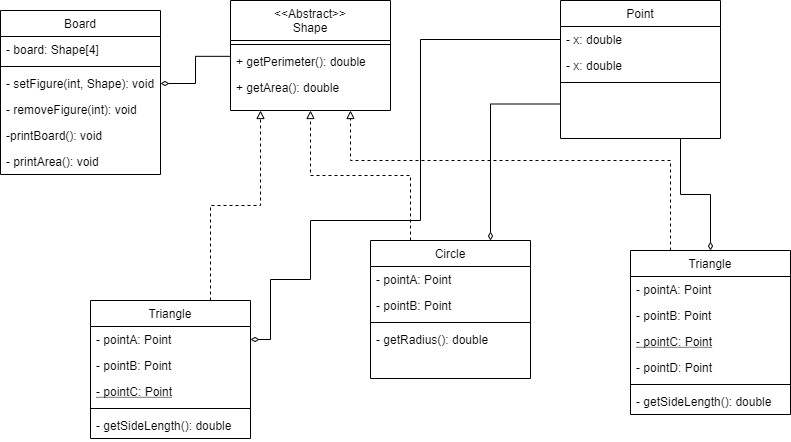
Above: UML_lesson2.png in eugenemodlo/prog.kiev.ua.lesson2 (draw.io), before the change. Source tidied: cells renumbered, new cells last; positions are measured from the earlier drawing's top-left corner, leaving out a move shared by most shapes. The source it was exported from:
```xml
<mxGraphModel>
  <root>
    <mxCell id="0" />
    <mxCell id="1" parent="0" />
    <mxCell id="2" style="edgeStyle=orthogonalEdgeStyle;rounded=0;jettySize=auto;html=1;exitX=0.75;exitY=0;exitDx=0;exitDy=0;endArrow=block;endFill=0;dashed=1;" parent="1" edge="1" source="3">
      <mxGeometry relative="1" as="geometry">
        <mxPoint x="260" y="110" as="targetPoint" />
      </mxGeometry>
    </mxCell>
    <mxCell id="3" value="Triangle" style="swimlane;fontStyle=0;align=center;verticalAlign=top;horizontal=1;startSize=26;rounded=0;shadow=0;strokeWidth=1;" parent="1" vertex="1">
      <mxGeometry x="90" y="300" width="160" height="138" as="geometry" />
    </mxCell>
    <mxCell id="4" value="- pointA: Point" style="text;align=left;verticalAlign=top;spacingLeft=4;spacingRight=4;overflow=hidden;points=[[0,0.5],[1,0.5]];portConstraint=eastwest;" parent="3" vertex="1">
      <mxGeometry y="26" width="160" height="26" as="geometry" />
    </mxCell>
    <mxCell id="5" value="- pointB: Point&#10;" style="text;align=left;verticalAlign=top;spacingLeft=4;spacingRight=4;overflow=hidden;rounded=0;shadow=0;html=0;" parent="3" vertex="1">
      <mxGeometry y="52" width="160" height="26" as="geometry" />
    </mxCell>
    <mxCell id="6" value="- pointC: Point" style="text;align=left;verticalAlign=top;spacingLeft=4;spacingRight=4;overflow=hidden;fontStyle=4;" parent="3" vertex="1">
      <mxGeometry y="78" width="160" height="26" as="geometry" />
    </mxCell>
    <mxCell id="7" style="line;html=1;strokeWidth=1;align=left;verticalAlign=middle;spacingTop=-1;spacingLeft=3;spacingRight=3;labelPosition=right;" parent="3" vertex="1">
      <mxGeometry y="104" width="160" height="8" as="geometry" />
    </mxCell>
    <mxCell id="8" value="- getSideLength(): double" style="text;align=left;verticalAlign=top;spacingLeft=4;spacingRight=4;overflow=hidden;" parent="3" vertex="1">
      <mxGeometry y="112" width="160" height="26" as="geometry" />
    </mxCell>
    <mxCell id="9" value="&lt;&lt;Abstract&gt;&gt;&#10;Shape" style="swimlane;fontStyle=0;align=center;verticalAlign=top;horizontal=1;startSize=40;rounded=0;shadow=0;strokeWidth=1;" parent="1" vertex="1">
      <mxGeometry x="230" width="160" height="110" as="geometry" />
    </mxCell>
    <mxCell id="10" style="line;html=1;strokeWidth=1;align=left;verticalAlign=middle;spacingTop=-1;spacingLeft=3;spacingRight=3;labelPosition=right;" parent="9" vertex="1">
      <mxGeometry y="40" width="160" height="8" as="geometry" />
    </mxCell>
    <mxCell id="11" value="+ getPerimeter(): double" style="text;align=left;verticalAlign=top;spacingLeft=4;spacingRight=4;overflow=hidden;points=[[0,0.5],[1,0.5]];portConstraint=eastwest;fontStyle=0;" parent="9" vertex="1">
      <mxGeometry y="48" width="160" height="26" as="geometry" />
    </mxCell>
    <mxCell id="12" value="+ getArea(): double" style="text;align=left;verticalAlign=top;spacingLeft=4;spacingRight=4;overflow=hidden;" parent="9" vertex="1">
      <mxGeometry y="74" width="160" height="26" as="geometry" />
    </mxCell>
    <mxCell id="13" value="Point" style="swimlane;fontStyle=0;align=center;verticalAlign=top;horizontal=1;startSize=26;rounded=0;shadow=0;strokeWidth=1;" parent="1" vertex="1">
      <mxGeometry x="560" width="160" height="138" as="geometry" />
    </mxCell>
    <mxCell id="14" value="- x: double" style="text;align=left;verticalAlign=top;spacingLeft=4;spacingRight=4;overflow=hidden;points=[[0,0.5],[1,0.5]];portConstraint=eastwest;" parent="13" vertex="1">
      <mxGeometry y="26" width="160" height="26" as="geometry" />
    </mxCell>
    <mxCell id="15" value="- x: double" style="text;align=left;verticalAlign=top;spacingLeft=4;spacingRight=4;overflow=hidden;rounded=0;shadow=0;html=0;" parent="13" vertex="1">
      <mxGeometry y="52" width="160" height="26" as="geometry" />
    </mxCell>
    <mxCell id="16" style="line;html=1;strokeWidth=1;align=left;verticalAlign=middle;spacingTop=-1;spacingLeft=3;spacingRight=3;labelPosition=right;" parent="13" vertex="1">
      <mxGeometry y="78" width="160" height="8" as="geometry" />
    </mxCell>
    <mxCell id="17" style="edgeStyle=orthogonalEdgeStyle;rounded=0;jettySize=auto;html=1;exitX=0.25;exitY=0;exitDx=0;exitDy=0;entryX=0.5;entryY=1;entryDx=0;entryDy=0;endArrow=block;endFill=0;dashed=1;" parent="1" edge="1" source="19" target="9">
      <mxGeometry relative="1" as="geometry" />
    </mxCell>
    <mxCell id="18" style="edgeStyle=orthogonalEdgeStyle;rounded=0;jettySize=auto;html=1;exitX=0.75;exitY=0;exitDx=0;exitDy=0;entryX=0;entryY=0.75;entryDx=0;entryDy=0;startArrow=diamondThin;startFill=0;endArrow=none;endFill=0;endSize=0;targetPerimeterSpacing=0;strokeWidth=1;" parent="1" edge="1" source="19" target="13">
      <mxGeometry relative="1" as="geometry" />
    </mxCell>
    <mxCell id="19" value="Circle" style="swimlane;fontStyle=0;align=center;verticalAlign=top;horizontal=1;startSize=26;rounded=0;shadow=0;strokeWidth=1;" parent="1" vertex="1">
      <mxGeometry x="370" y="240" width="160" height="138" as="geometry" />
    </mxCell>
    <mxCell id="20" value="- pointA: Point" style="text;align=left;verticalAlign=top;spacingLeft=4;spacingRight=4;overflow=hidden;" parent="19" vertex="1">
      <mxGeometry y="26" width="160" height="26" as="geometry" />
    </mxCell>
    <mxCell id="21" value="- pointB: Point&#10;" style="text;align=left;verticalAlign=top;spacingLeft=4;spacingRight=4;overflow=hidden;rounded=0;shadow=0;html=0;" parent="19" vertex="1">
      <mxGeometry y="52" width="160" height="26" as="geometry" />
    </mxCell>
    <mxCell id="22" style="line;html=1;strokeWidth=1;align=left;verticalAlign=middle;spacingTop=-1;spacingLeft=3;spacingRight=3;labelPosition=right;" parent="19" vertex="1">
      <mxGeometry y="78" width="160" height="8" as="geometry" />
    </mxCell>
    <mxCell id="23" value="- getRadius(): double" style="text;align=left;verticalAlign=top;spacingLeft=4;spacingRight=4;overflow=hidden;" parent="19" vertex="1">
      <mxGeometry y="86" width="160" height="26" as="geometry" />
    </mxCell>
    <mxCell id="24" style="edgeStyle=orthogonalEdgeStyle;rounded=0;jettySize=auto;html=1;exitX=0.25;exitY=0;exitDx=0;exitDy=0;entryX=0.75;entryY=1;entryDx=0;entryDy=0;endArrow=block;endFill=0;dashed=1;" parent="1" edge="1" source="26" target="9">
      <mxGeometry relative="1" as="geometry">
        <Array as="points">
          <mxPoint x="670" y="160" />
          <mxPoint x="350" y="160" />
        </Array>
      </mxGeometry>
    </mxCell>
    <mxCell id="25" style="edgeStyle=orthogonalEdgeStyle;rounded=0;jettySize=auto;html=1;exitX=0.5;exitY=0;exitDx=0;exitDy=0;entryX=0.75;entryY=1;entryDx=0;entryDy=0;endArrow=none;endFill=0;startArrow=diamondThin;startFill=0;strokeWidth=1;targetPerimeterSpacing=0;endSize=0;" parent="1" edge="1" source="26" target="13">
      <mxGeometry relative="1" as="geometry" />
    </mxCell>
    <mxCell id="26" value="Triangle" style="swimlane;fontStyle=0;align=center;verticalAlign=top;horizontal=1;startSize=26;rounded=0;shadow=0;strokeWidth=1;" parent="1" vertex="1">
      <mxGeometry x="630" y="250" width="160" height="164" as="geometry" />
    </mxCell>
    <mxCell id="27" value="- pointA: Point" style="text;align=left;verticalAlign=top;spacingLeft=4;spacingRight=4;overflow=hidden;" parent="26" vertex="1">
      <mxGeometry y="26" width="160" height="26" as="geometry" />
    </mxCell>
    <mxCell id="28" value="- pointB: Point&#10;" style="text;align=left;verticalAlign=top;spacingLeft=4;spacingRight=4;overflow=hidden;rounded=0;shadow=0;html=0;" parent="26" vertex="1">
      <mxGeometry y="52" width="160" height="26" as="geometry" />
    </mxCell>
    <mxCell id="29" value="- pointC: Point" style="text;align=left;verticalAlign=top;spacingLeft=4;spacingRight=4;overflow=hidden;fontStyle=4;" parent="26" vertex="1">
      <mxGeometry y="78" width="160" height="26" as="geometry" />
    </mxCell>
    <mxCell id="30" value="- pointD: Point" style="text;align=left;verticalAlign=top;spacingLeft=4;spacingRight=4;overflow=hidden;" parent="26" vertex="1">
      <mxGeometry y="104" width="160" height="26" as="geometry" />
    </mxCell>
    <mxCell id="31" style="line;html=1;strokeWidth=1;align=left;verticalAlign=middle;spacingTop=-1;spacingLeft=3;spacingRight=3;labelPosition=right;" parent="26" vertex="1">
      <mxGeometry y="130" width="160" height="8" as="geometry" />
    </mxCell>
    <mxCell id="32" value="- getSideLength(): double" style="text;align=left;verticalAlign=top;spacingLeft=4;spacingRight=4;overflow=hidden;" parent="26" vertex="1">
      <mxGeometry y="138" width="160" height="26" as="geometry" />
    </mxCell>
    <mxCell id="33" style="edgeStyle=orthogonalEdgeStyle;rounded=0;jettySize=auto;html=1;exitX=1;exitY=0.5;exitDx=0;exitDy=0;startArrow=diamondThin;startFill=0;endArrow=none;endFill=0;endSize=0;targetPerimeterSpacing=0;strokeWidth=1;" parent="1" edge="1" source="4" target="14">
      <mxGeometry relative="1" as="geometry">
        <Array as="points">
          <mxPoint x="270" y="339" />
          <mxPoint x="270" y="279" />
          <mxPoint x="310" y="279" />
          <mxPoint x="310" y="220" />
          <mxPoint x="420" y="220" />
          <mxPoint x="420" y="39" />
        </Array>
      </mxGeometry>
    </mxCell>
    <mxCell id="34" value="Board" style="swimlane;fontStyle=0;align=center;verticalAlign=top;horizontal=1;startSize=26;rounded=0;shadow=0;strokeWidth=1;" parent="1" vertex="1">
      <mxGeometry y="10" width="160" height="164" as="geometry" />
    </mxCell>
    <mxCell id="35" value="- board: Shape[4]" style="text;align=left;verticalAlign=top;spacingLeft=4;spacingRight=4;overflow=hidden;" parent="34" vertex="1">
      <mxGeometry y="26" width="160" height="26" as="geometry" />
    </mxCell>
    <mxCell id="36" style="line;html=1;strokeWidth=1;align=left;verticalAlign=middle;spacingTop=-1;spacingLeft=3;spacingRight=3;labelPosition=right;" parent="34" vertex="1">
      <mxGeometry y="52" width="160" height="8" as="geometry" />
    </mxCell>
    <mxCell id="37" value="- setFigure(int, Shape): void&#10;" style="text;align=left;verticalAlign=top;spacingLeft=4;spacingRight=4;overflow=hidden;points=[[0,0.5],[1,0.5]];portConstraint=eastwest;rounded=0;shadow=0;html=0;" parent="34" vertex="1">
      <mxGeometry y="60" width="160" height="26" as="geometry" />
    </mxCell>
    <mxCell id="38" value="- removeFigure(int): void&#10;" style="text;align=left;verticalAlign=top;spacingLeft=4;spacingRight=4;overflow=hidden;" parent="34" vertex="1">
      <mxGeometry y="86" width="160" height="26" as="geometry" />
    </mxCell>
    <mxCell id="39" value="-printBoard(): void&#10;" style="text;align=left;verticalAlign=top;spacingLeft=4;spacingRight=4;overflow=hidden;" parent="34" vertex="1">
      <mxGeometry y="112" width="160" height="26" as="geometry" />
    </mxCell>
    <mxCell id="40" value="- printArea(): void" style="text;align=left;verticalAlign=top;spacingLeft=4;spacingRight=4;overflow=hidden;" parent="34" vertex="1">
      <mxGeometry y="138" width="160" height="26" as="geometry" />
    </mxCell>
    <mxCell id="41" style="edgeStyle=orthogonalEdgeStyle;rounded=0;jettySize=auto;html=1;exitX=1;exitY=0.5;exitDx=0;exitDy=0;entryX=0.002;entryY=0.301;entryDx=0;entryDy=0;entryPerimeter=0;startArrow=diamondThin;startFill=0;endArrow=none;endFill=0;endSize=0;targetPerimeterSpacing=0;strokeWidth=1;" parent="1" edge="1" source="37" target="11">
      <mxGeometry relative="1" as="geometry" />
    </mxCell>
  </root>
</mxGraphModel>
```
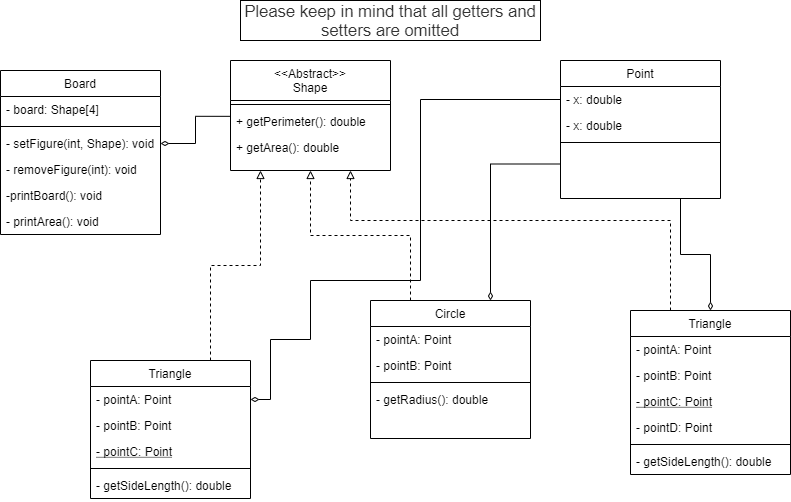
After the commit.

What changed in the source:
```diff
@@ -138,5 +138,8 @@
     <mxCell id="41" style="edgeStyle=orthogonalEdgeStyle;rounded=0;jettySize=auto;html=1;exitX=1;exitY=0.5;exitDx=0;exitDy=0;entryX=0.002;entryY=0.301;entryDx=0;entryDy=0;entryPerimeter=0;startArrow=diamondThin;startFill=0;endArrow=none;endFill=0;endSize=0;targetPerimeterSpacing=0;strokeWidth=1;" parent="1" edge="1" source="37" target="11">
       <mxGeometry relative="1" as="geometry" />
     </mxCell>
+    <mxCell id="42" value="&lt;span data-lucid-content=&quot;{&amp;#34;t&amp;#34;:&amp;#34;Please keep in mind that all getters and setters are omitted&amp;#34;,&amp;#34;m&amp;#34;:[{&amp;#34;s&amp;#34;:0,&amp;#34;n&amp;#34;:&amp;#34;s&amp;#34;,&amp;#34;v&amp;#34;:22.22222222222222,&amp;#34;e&amp;#34;:60},{&amp;#34;s&amp;#34;:0,&amp;#34;n&amp;#34;:&amp;#34;c&amp;#34;,&amp;#34;v&amp;#34;:&amp;#34;333333ff&amp;#34;,&amp;#34;e&amp;#34;:60}]}&quot;&gt;&lt;span style=&quot;font-size: 16.666666666666664px ; color: #333333&quot;&gt;Please keep in mind that all getters and setters are omitted&lt;/span&gt;&lt;/span&gt;" style="text;html=1;fillColor=none;align=center;verticalAlign=middle;whiteSpace=wrap;rounded=0;strokeColor=#000000;" parent="1" vertex="1">
+      <mxGeometry x="240" y="-60" width="300" height="40" as="geometry" />
+    </mxCell>
   </root>
 </mxGraphModel>
```
